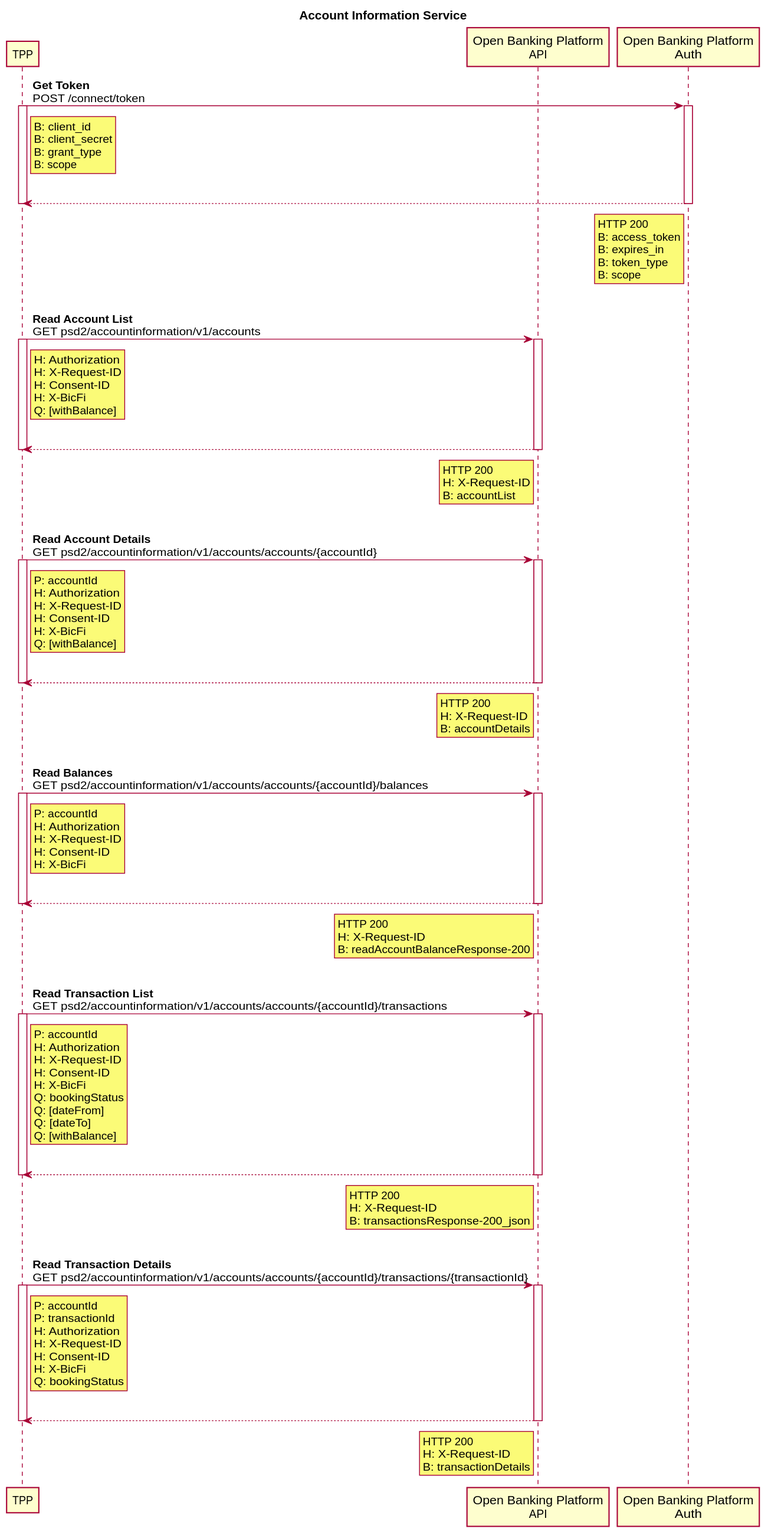
This is website/static/img/ais.svg from openpaymentseurope/docs, a PlantUML export, as it was before one commit.
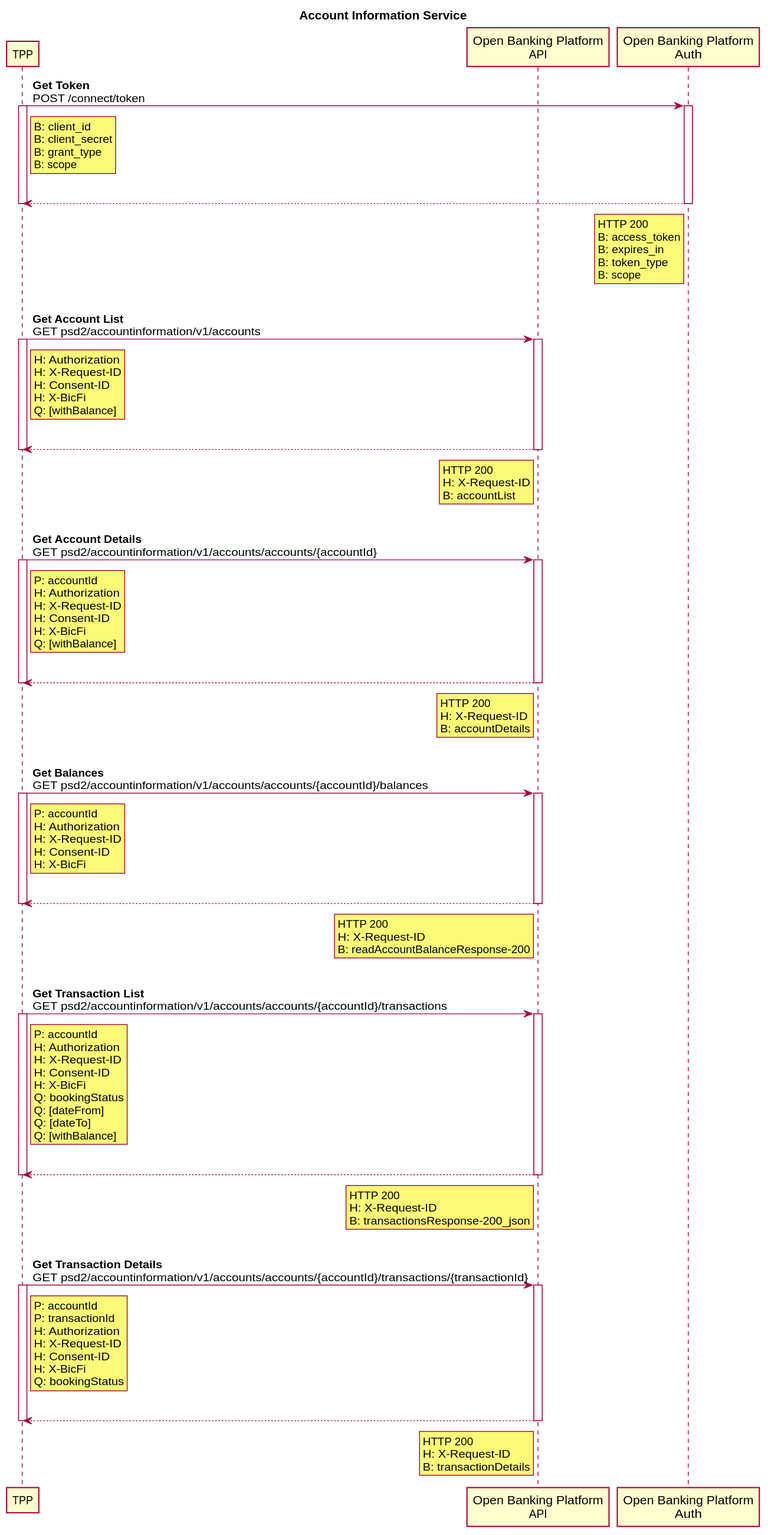
Later version of the same file.

Commit message:
Adjusted service names in flows

Diff of the diagram source:
```diff
@@ -31,7 +31,7 @@
 
 |||
 
-tpp -> obpapi: **Read Account List**\nGET psd2/accountinformation/v1/accounts
+tpp -> obpapi: **Get Account List**\nGET psd2/accountinformation/v1/accounts
 activate tpp
 rnote right of tpp
 H: Authorization
@@ -53,7 +53,7 @@
 
 |||
 
-tpp -> obpapi: **Read Account Details**\nGET psd2/accountinformation/v1/accounts/accounts/{accountId}
+tpp -> obpapi: **Get Account Details**\nGET psd2/accountinformation/v1/accounts/accounts/{accountId}
 activate tpp
 rnote right of tpp
 P: accountId
@@ -76,7 +76,7 @@
 
 |||
 
-tpp -> obpapi: **Read Balances**\nGET psd2/accountinformation/v1/accounts/accounts/{accountId}/balances
+tpp -> obpapi: **Get Balances**\nGET psd2/accountinformation/v1/accounts/accounts/{accountId}/balances
 activate tpp
 rnote right of tpp
 P: accountId
@@ -98,7 +98,7 @@
 
 |||
 
-tpp -> obpapi: **Read Transaction List**\nGET psd2/accountinformation/v1/accounts/accounts/{accountId}/transactions
+tpp -> obpapi: **Get Transaction List**\nGET psd2/accountinformation/v1/accounts/accounts/{accountId}/transactions
 activate tpp
 rnote right of tpp
 P: accountId
@@ -124,7 +124,7 @@
 
 |||
 
-tpp -> obpapi: **Read Transaction Details**\nGET psd2/accountinformation/v1/accounts/accounts/{accountId}/transactions/{transactionId}
+tpp -> obpapi: **Get Transaction Details**\nGET psd2/accountinformation/v1/accounts/accounts/{accountId}/transactions/{transactionId}
 activate tpp
 rnote right of tpp
 P: accountId
```
